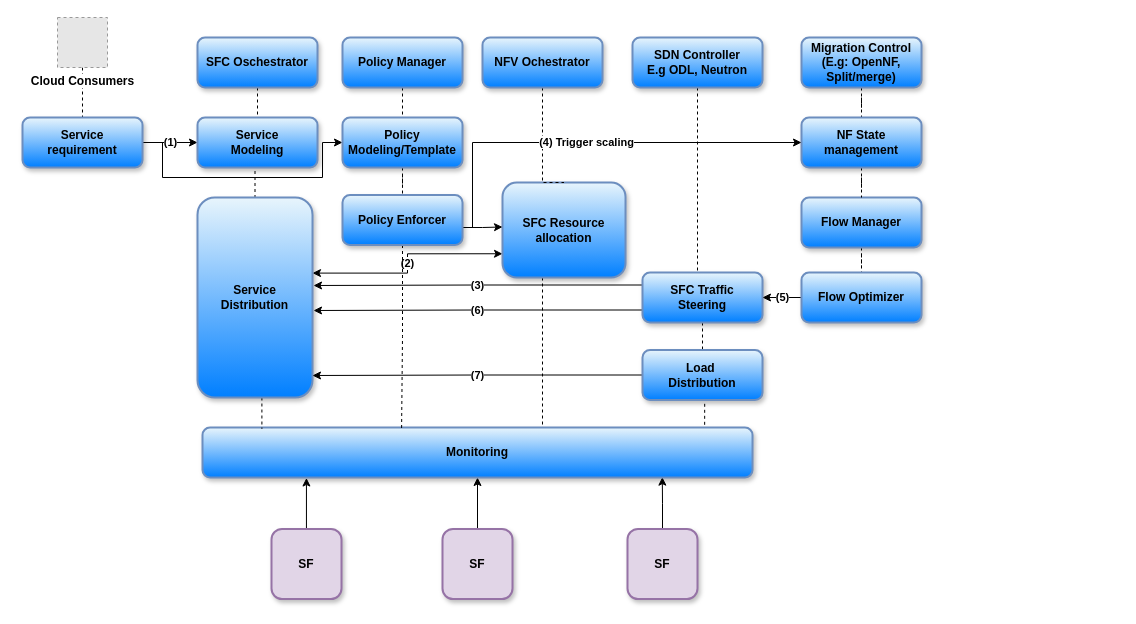
Earlier version of the draw.io diagram Elastic flow management flow diagram.drawio (nhbinh/draw.io). Source tidied: cells renumbered, new cells numbered last; positions are measured from the earlier drawing's top-left corner, leaving out a move shared by most shapes. Both pictures are drawn from the tidied source at 100%, with x=0, y=0 at pixel (22, 17). Pictures stored in the file or linked from it are replaced by grey dashed boxes.
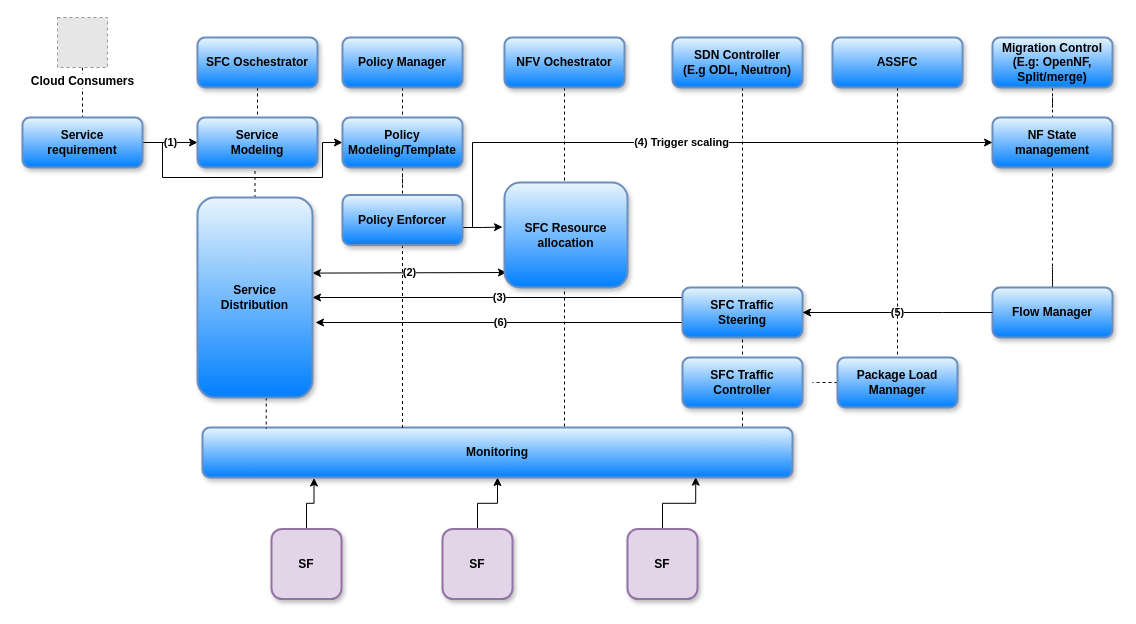
The same diagram, later.

Unchanged cells that the change refers to:
```xml
<mxCell id="36" value="&lt;b&gt;Service &lt;br&gt;Distribution&lt;br&gt;&lt;/b&gt;" style="rounded=1;whiteSpace=wrap;html=1;fillColor=#E8F5FC;strokeColor=#6c8ebf;gradientColor=#007FFF;strokeWidth=2;glass=0;shadow=1;comic=0;" parent="1" vertex="1">
  <mxGeometry x="175" y="180" width="115" height="200" as="geometry" />
</mxCell>
<mxCell id="46" value="&lt;b&gt;Policy Enforcer&lt;br&gt;&lt;/b&gt;" style="rounded=1;whiteSpace=wrap;html=1;fillColor=#E8F5FC;strokeColor=#6c8ebf;gradientColor=#007FFF;strokeWidth=2;glass=0;shadow=1;comic=0;" parent="1" vertex="1">
  <mxGeometry x="320" y="177.5" width="120" height="50" as="geometry" />
</mxCell>
```

The edit, as a diff of the source:
```diff
@@
+    <mxCell id="50" style="edgeStyle=orthogonalEdgeStyle;rounded=0;jettySize=auto;html=1;entryX=0.658;entryY=0;entryDx=0;entryDy=0;entryPerimeter=0;dashed=1;endArrow=none;endFill=0;" parent="1" edge="1" source="21" target="19">
+      <mxGeometry relative="1" as="geometry">
+        <Array as="points">
+          <mxPoint x="542" y="410" />
+        </Array>
+      </mxGeometry>
+    </mxCell>
@@
-    <mxCell id="4" style="edgeStyle=orthogonalEdgeStyle;rounded=0;jettySize=auto;html=1;entryX=0.5;entryY=0;entryDx=0;entryDy=0;dashed=1;endArrow=none;endFill=0;" parent="1" edge="1" source="5" target="32">
+    <mxCell id="4" style="edgeStyle=orthogonalEdgeStyle;rounded=0;jettySize=auto;html=1;entryX=0.92;entryY=0.04;entryDx=0;entryDy=0;dashed=1;endArrow=none;endFill=0;entryPerimeter=0;" parent="1" edge="1" source="5" target="19">
       <mxGeometry relative="1" as="geometry">
         <Array as="points">
-          <mxPoint x="675" y="255" />
+          <mxPoint x="720" y="412" />
         </Array>
       </mxGeometry>
     </mxCell>
-    <mxCell id="5" value="&lt;b&gt;SDN Controller&lt;br&gt;E.g ODL, Neutron&lt;br&gt;&lt;/b&gt;" style="rounded=1;whiteSpace=wrap;html=1;fillColor=#E8F5FC;strokeColor=#6c8ebf;gradientColor=#007FFF;strokeWidth=2;glass=0;shadow=1;comic=0;" parent="1" vertex="1">
-      <mxGeometry x="610" y="20" width="130" height="50" as="geometry" />
+    <mxCell id="5" value="&lt;b&gt;SDN Controller&lt;br&gt;(&lt;/b&gt;&lt;b&gt;E.g ODL, Neutron&lt;/b&gt;&lt;b&gt;)&lt;br&gt;&lt;/b&gt;" style="rounded=1;whiteSpace=wrap;html=1;fillColor=#E8F5FC;strokeColor=#6c8ebf;gradientColor=#007FFF;strokeWidth=2;glass=0;shadow=1;comic=0;" parent="1" vertex="1">
+      <mxGeometry x="650" y="20" width="130" height="50" as="geometry" />
     </mxCell>
@@
     <mxCell id="13" value="&lt;b&gt;Migration Control&lt;br&gt;(E.g: OpenNF, Split/merge)&lt;br&gt;&lt;/b&gt;" style="rounded=1;whiteSpace=wrap;html=1;fillColor=#E8F5FC;strokeColor=#6c8ebf;gradientColor=#007FFF;strokeWidth=2;glass=0;shadow=1;comic=0;" parent="1" vertex="1">
-      <mxGeometry x="779" y="20" width="120" height="50" as="geometry" />
+      <mxGeometry x="970" y="20" width="120" height="50" as="geometry" />
     </mxCell>
@@
-    <mxCell id="16" style="edgeStyle=orthogonalEdgeStyle;rounded=0;jettySize=auto;html=1;dashed=1;endArrow=none;endFill=0;" parent="1" edge="1" source="18" target="19">
-      <mxGeometry relative="1" as="geometry">
-        <Array as="points">
-          <mxPoint x="520" y="300" />
-          <mxPoint x="520" y="300" />
-        </Array>
-      </mxGeometry>
-    </mxCell>
-    <mxCell id="17" value="&lt;b&gt;(2)&lt;/b&gt;" style="edgeStyle=orthogonalEdgeStyle;rounded=0;jettySize=auto;html=1;exitX=0;exitY=0.75;exitDx=0;exitDy=0;endArrow=classic;endFill=1;entryX=1;entryY=0.378;entryDx=0;entryDy=0;entryPerimeter=0;startArrow=classic;startFill=1;" parent="1" edge="1" source="18" target="36">
-      <mxGeometry relative="1" as="geometry" />
+    <mxCell id="17" value="&lt;b&gt;(2)&lt;/b&gt;" style="edgeStyle=orthogonalEdgeStyle;rounded=0;jettySize=auto;html=1;endArrow=classic;endFill=1;entryX=1;entryY=0.378;entryDx=0;entryDy=0;entryPerimeter=0;startArrow=classic;startFill=1;exitX=0.016;exitY=0.857;exitDx=0;exitDy=0;exitPerimeter=0;" parent="1" edge="1" source="18" target="36">
+      <mxGeometry relative="1" as="geometry">
+        <Array as="points">
+          <mxPoint x="482" y="255" />
+          <mxPoint x="482" y="256" />
+        </Array>
+      </mxGeometry>
     </mxCell>
     <mxCell id="18" value="&lt;b&gt;SFC Resource allocation&lt;br&gt;&lt;/b&gt;" style="rounded=1;whiteSpace=wrap;html=1;fillColor=#E8F5FC;strokeColor=#6c8ebf;gradientColor=#007FFF;strokeWidth=2;glass=0;shadow=1;comic=0;" parent="1" vertex="1">
-      <mxGeometry x="480" y="165" width="123" height="95" as="geometry" />
+      <mxGeometry x="482" y="165" width="123" height="105" as="geometry" />
     </mxCell>
     <mxCell id="19" value="&lt;b&gt;Monitoring&lt;br&gt;&lt;/b&gt;" style="rounded=1;whiteSpace=wrap;html=1;fillColor=#E8F5FC;strokeColor=#6c8ebf;gradientColor=#007FFF;strokeWidth=2;glass=0;shadow=1;comic=0;" parent="1" vertex="1">
-      <mxGeometry x="180" y="410" width="550" height="50" as="geometry" />
+      <mxGeometry x="180" y="410" width="590" height="50" as="geometry" />
     </mxCell>
-    <mxCell id="20" style="edgeStyle=orthogonalEdgeStyle;rounded=0;jettySize=auto;html=1;exitX=0.5;exitY=1;exitDx=0;exitDy=0;entryX=0.5;entryY=0;entryDx=0;entryDy=0;endArrow=none;endFill=0;dashed=1;" parent="1" edge="1" source="21" target="18">
-      <mxGeometry relative="1" as="geometry">
-        <Array as="points">
-          <mxPoint x="520" y="165" />
-        </Array>
-      </mxGeometry>
-    </mxCell>
     <mxCell id="21" value="&lt;b&gt;NFV Ochestrator&lt;br&gt;&lt;/b&gt;" style="rounded=1;whiteSpace=wrap;html=1;fillColor=#E8F5FC;strokeColor=#6c8ebf;gradientColor=#007FFF;strokeWidth=2;glass=0;shadow=1;comic=0;" parent="1" vertex="1">
-      <mxGeometry x="460" y="20" width="120" height="50" as="geometry" />
+      <mxGeometry x="482" y="20" width="120" height="50" as="geometry" />
     </mxCell>
@@
-    <mxCell id="27" style="edgeStyle=orthogonalEdgeStyle;rounded=0;jettySize=auto;html=1;endArrow=none;endFill=0;dashed=1;" parent="1" edge="1" source="28" target="42">
-      <mxGeometry relative="1" as="geometry" />
+    <mxCell id="27" style="edgeStyle=orthogonalEdgeStyle;rounded=0;jettySize=auto;html=1;endArrow=none;endFill=0;dashed=1;" parent="1" edge="1" source="28">
+      <mxGeometry relative="1" as="geometry">
+        <mxPoint x="1030" y="255" as="targetPoint" />
+      </mxGeometry>
     </mxCell>
     <mxCell id="28" value="&lt;b&gt;Flow Manager&lt;br&gt;&lt;/b&gt;" style="rounded=1;whiteSpace=wrap;html=1;fillColor=#E8F5FC;strokeColor=#6c8ebf;gradientColor=#007FFF;strokeWidth=2;glass=0;shadow=1;comic=0;" parent="1" vertex="1">
-      <mxGeometry x="779" y="180" width="120" height="50" as="geometry" />
+      <mxGeometry x="970" y="270" width="120" height="50" as="geometry" />
     </mxCell>
-    <mxCell id="29" style="edgeStyle=orthogonalEdgeStyle;rounded=0;jettySize=auto;html=1;exitX=0.5;exitY=1;exitDx=0;exitDy=0;entryX=0.5;entryY=0;entryDx=0;entryDy=0;dashed=1;endArrow=none;endFill=0;" parent="1" edge="1" source="32" target="49">
-      <mxGeometry relative="1" as="geometry" />
-    </mxCell>
-    <mxCell id="30" value="&lt;b&gt;(6)&lt;/b&gt;" style="edgeStyle=orthogonalEdgeStyle;rounded=0;jettySize=auto;html=1;exitX=0;exitY=0.75;exitDx=0;exitDy=0;entryX=1.009;entryY=0.565;entryDx=0;entryDy=0;entryPerimeter=0;endArrow=classic;endFill=1;" parent="1" edge="1" source="32" target="36">
-      <mxGeometry relative="1" as="geometry" />
+    <mxCell id="30" value="&lt;b&gt;(6)&lt;/b&gt;" style="edgeStyle=orthogonalEdgeStyle;rounded=0;jettySize=auto;html=1;exitX=0;exitY=0.75;exitDx=0;exitDy=0;endArrow=classic;endFill=1;entryX=1.026;entryY=0.625;entryDx=0;entryDy=0;entryPerimeter=0;" parent="1" edge="1" source="32" target="36">
+      <mxGeometry relative="1" as="geometry">
+        <Array as="points">
+          <mxPoint x="660" y="305" />
+        </Array>
+      </mxGeometry>
     </mxCell>
-    <mxCell id="31" value="&lt;b&gt;(3)&lt;/b&gt;" style="edgeStyle=orthogonalEdgeStyle;rounded=0;jettySize=auto;html=1;exitX=0;exitY=0.25;exitDx=0;exitDy=0;entryX=1.009;entryY=0.44;entryDx=0;entryDy=0;entryPerimeter=0;endArrow=classic;endFill=1;" parent="1" edge="1" source="32" target="36">
-      <mxGeometry relative="1" as="geometry" />
+    <mxCell id="31" value="&lt;b&gt;(3)&lt;/b&gt;" style="edgeStyle=orthogonalEdgeStyle;rounded=0;jettySize=auto;html=1;exitX=0;exitY=0.25;exitDx=0;exitDy=0;endArrow=classic;endFill=1;entryX=1;entryY=0.5;entryDx=0;entryDy=0;" parent="1" edge="1" source="32" target="36">
+      <mxGeometry relative="1" as="geometry">
+        <Array as="points">
+          <mxPoint x="660" y="280" />
+        </Array>
+      </mxGeometry>
     </mxCell>
     <mxCell id="32" value="&lt;b&gt;SFC Traffic &lt;br&gt;Steering&lt;br&gt;&lt;/b&gt;" style="rounded=1;whiteSpace=wrap;html=1;fillColor=#E8F5FC;strokeColor=#6c8ebf;gradientColor=#007FFF;strokeWidth=2;glass=0;shadow=1;comic=0;" parent="1" vertex="1">
-      <mxGeometry x="620" y="255" width="120" height="50" as="geometry" />
+      <mxGeometry x="660" y="270" width="120" height="50" as="geometry" />
     </mxCell>
@@
     <mxCell id="40" value="&lt;b&gt;NF State management&lt;br&gt;&lt;/b&gt;" style="rounded=1;whiteSpace=wrap;html=1;fillColor=#E8F5FC;strokeColor=#6c8ebf;gradientColor=#007FFF;strokeWidth=2;glass=0;shadow=1;comic=0;" parent="1" vertex="1">
-      <mxGeometry x="779" y="100" width="120" height="50" as="geometry" />
+      <mxGeometry x="970" y="100" width="120" height="50" as="geometry" />
     </mxCell>
-    <mxCell id="41" value="&lt;b&gt;(5)&lt;/b&gt;" style="edgeStyle=orthogonalEdgeStyle;rounded=0;jettySize=auto;html=1;entryX=1;entryY=0.5;entryDx=0;entryDy=0;endArrow=classic;endFill=1;" parent="1" edge="1" source="42" target="32">
-      <mxGeometry relative="1" as="geometry" />
+    <mxCell id="41" value="&lt;b&gt;(5)&lt;/b&gt;" style="edgeStyle=orthogonalEdgeStyle;rounded=0;jettySize=auto;html=1;entryX=1;entryY=0.5;entryDx=0;entryDy=0;endArrow=classic;endFill=1;" parent="1" edge="1" target="32">
+      <mxGeometry relative="1" as="geometry">
+        <mxPoint x="970" y="295" as="sourcePoint" />
+        <Array as="points">
+          <mxPoint x="920" y="295" />
+          <mxPoint x="920" y="295" />
+        </Array>
+      </mxGeometry>
     </mxCell>
-    <mxCell id="42" value="&lt;b&gt;Flow Optimizer&lt;br&gt;&lt;/b&gt;" style="rounded=1;whiteSpace=wrap;html=1;fillColor=#E8F5FC;strokeColor=#6c8ebf;gradientColor=#007FFF;strokeWidth=2;glass=0;shadow=1;comic=0;" parent="1" vertex="1">
-      <mxGeometry x="779" y="255" width="120" height="50" as="geometry" />
-    </mxCell>
-    <mxCell id="43" style="edgeStyle=orthogonalEdgeStyle;rounded=0;jettySize=auto;html=1;entryX=0.362;entryY=0.01;entryDx=0;entryDy=0;entryPerimeter=0;dashed=1;endArrow=none;endFill=0;" parent="1" edge="1" source="46" target="19">
-      <mxGeometry relative="1" as="geometry" />
+    <mxCell id="43" style="edgeStyle=orthogonalEdgeStyle;rounded=0;jettySize=auto;html=1;dashed=1;endArrow=none;endFill=0;" parent="1" edge="1" source="46">
+      <mxGeometry relative="1" as="geometry">
+        <mxPoint x="380" y="411" as="targetPoint" />
+        <Array as="points">
+          <mxPoint x="380" y="411" />
+        </Array>
+      </mxGeometry>
     </mxCell>
@@
-    <mxCell id="47" style="edgeStyle=orthogonalEdgeStyle;rounded=0;jettySize=auto;html=1;exitX=0.5;exitY=1;exitDx=0;exitDy=0;entryX=0.913;entryY=0;entryDx=0;entryDy=0;entryPerimeter=0;dashed=1;endArrow=none;endFill=0;" parent="1" edge="1" source="49" target="19">
-      <mxGeometry relative="1" as="geometry" />
-    </mxCell>
-    <mxCell id="48" value="&lt;b&gt;(7)&lt;/b&gt;" style="edgeStyle=orthogonalEdgeStyle;rounded=0;jettySize=auto;html=1;exitX=0;exitY=0.5;exitDx=0;exitDy=0;entryX=1;entryY=0.89;entryDx=0;entryDy=0;entryPerimeter=0;endArrow=classic;endFill=1;" parent="1" edge="1" source="49" target="36">
-      <mxGeometry relative="1" as="geometry" />
-    </mxCell>
+    <mxCell id="51" style="edgeStyle=orthogonalEdgeStyle;rounded=0;jettySize=auto;html=1;dashed=1;endArrow=none;endFill=0;" parent="1" edge="1" source="49">
+      <mxGeometry relative="1" as="geometry">
+        <mxPoint x="790" y="365" as="targetPoint" />
+      </mxGeometry>
+    </mxCell>
-    <mxCell id="49" value="&lt;b&gt;Load&amp;nbsp;&lt;br&gt;Distribution&lt;br&gt;&lt;/b&gt;" style="rounded=1;whiteSpace=wrap;html=1;fillColor=#E8F5FC;strokeColor=#6c8ebf;gradientColor=#007FFF;strokeWidth=2;glass=0;shadow=1;comic=0;" parent="1" vertex="1">
-      <mxGeometry x="620" y="332.5" width="120" height="50" as="geometry" />
+    <mxCell id="49" value="&lt;b&gt;Package Load Mannager&lt;br&gt;&lt;/b&gt;" style="rounded=1;whiteSpace=wrap;html=1;fillColor=#E8F5FC;strokeColor=#6c8ebf;gradientColor=#007FFF;strokeWidth=2;glass=0;shadow=1;comic=0;" parent="1" vertex="1">
+      <mxGeometry x="815" y="340" width="120" height="50" as="geometry" />
     </mxCell>
+    <mxCell id="52" style="edgeStyle=orthogonalEdgeStyle;rounded=0;jettySize=auto;html=1;dashed=1;endArrow=none;endFill=0;" parent="1" edge="1" source="53">
+      <mxGeometry relative="1" as="geometry">
+        <mxPoint x="875" y="340" as="targetPoint" />
+      </mxGeometry>
+    </mxCell>
+    <mxCell id="53" value="&lt;b&gt;ASSFC&lt;br&gt;&lt;/b&gt;" style="rounded=1;whiteSpace=wrap;html=1;fillColor=#E8F5FC;strokeColor=#6c8ebf;gradientColor=#007FFF;strokeWidth=2;glass=0;shadow=1;comic=0;" parent="1" vertex="1">
+      <mxGeometry x="810" y="20" width="130" height="50" as="geometry" />
+    </mxCell>
+    <mxCell id="54" value="&lt;b&gt;SFC Traffic &lt;br&gt;Controller&lt;br&gt;&lt;/b&gt;" style="rounded=1;whiteSpace=wrap;html=1;fillColor=#E8F5FC;strokeColor=#6c8ebf;gradientColor=#007FFF;strokeWidth=2;glass=0;shadow=1;comic=0;" parent="1" vertex="1">
+      <mxGeometry x="660" y="340" width="120" height="50" as="geometry" />
+    </mxCell>
```
